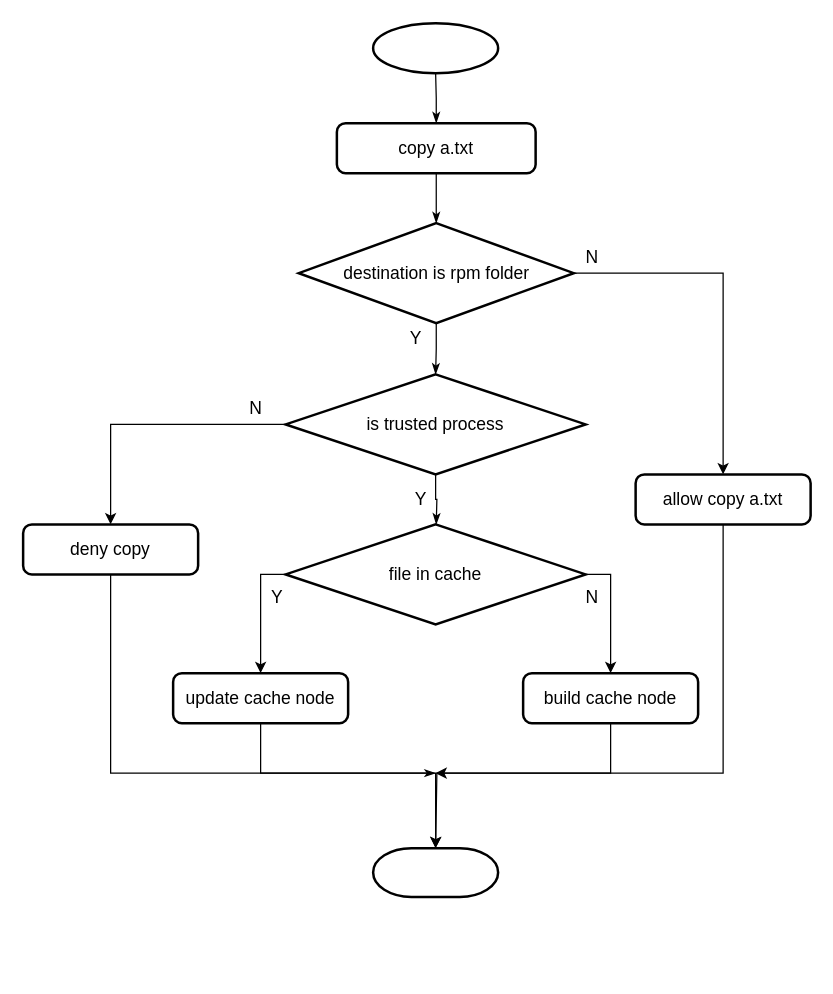
Before: page "Page-7" (7 of 7) of ectr_detail.drawio in linfenwen/draw_io, a draw.io diagram. Source tidied: cells renumbered, new cells numbered last; positions are measured from the earlier drawing's top-left corner, leaving out a move shared by most shapes. Both pictures are drawn from the tidied source at 125%, with x=0, y=0 at pixel (22, 22).
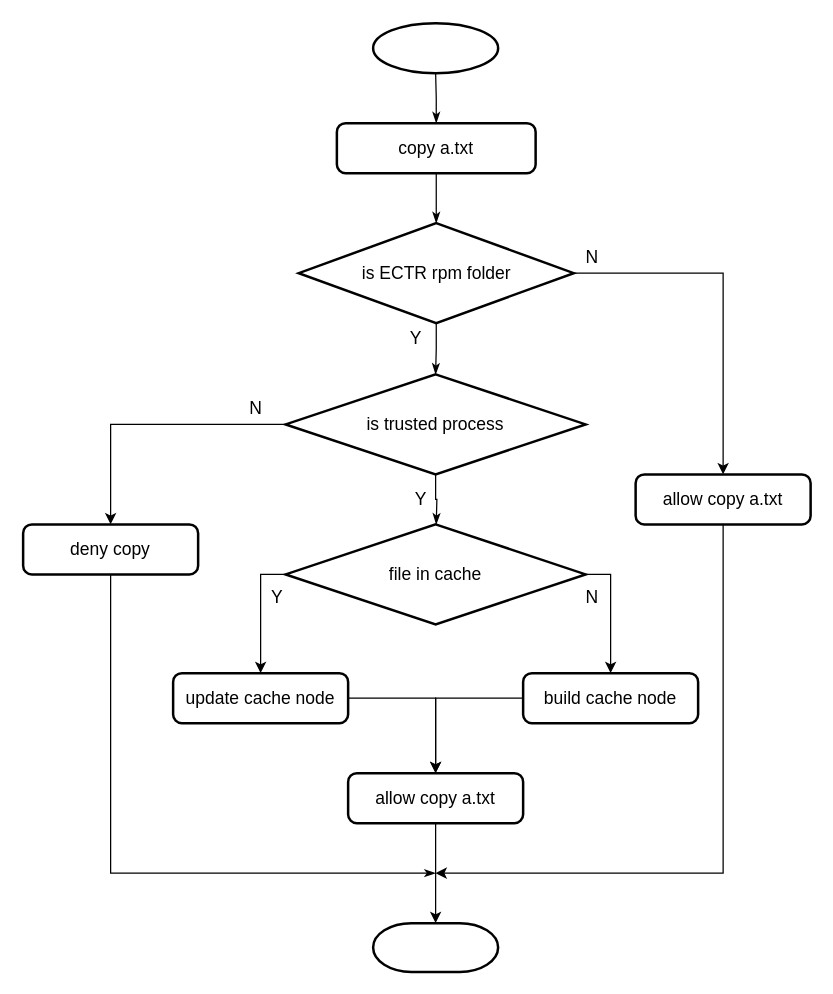
After the change.

The change refers to these unchanged cells:
```xml
<mxCell id="10" value="allow copy a.txt" style="rounded=1;whiteSpace=wrap;html=1;absoluteArcSize=1;arcSize=14;strokeWidth=2;fontSize=14;fillColor=#FFFFFF;" parent="1" vertex="1">
  <mxGeometry x="490" y="361" width="140" height="40" as="geometry" />
</mxCell>
<mxCell id="12" value="deny copy" style="rounded=1;whiteSpace=wrap;html=1;absoluteArcSize=1;arcSize=14;strokeWidth=2;fontSize=14;fillColor=#FFFFFF;" parent="1" vertex="1">
  <mxGeometry y="401" width="140" height="40" as="geometry" />
</mxCell>
<mxCell id="16" value="build cache node" style="rounded=1;whiteSpace=wrap;html=1;absoluteArcSize=1;arcSize=14;strokeWidth=2;fontSize=14;fillColor=#FFFFFF;" parent="1" vertex="1">
  <mxGeometry x="400" y="520" width="140" height="40" as="geometry" />
</mxCell>
<mxCell id="24" value="update cache node" style="rounded=1;whiteSpace=wrap;html=1;absoluteArcSize=1;arcSize=14;strokeWidth=2;fontSize=14;fillColor=#FFFFFF;" parent="1" vertex="1">
  <mxGeometry x="120" y="520" width="140" height="40" as="geometry" />
</mxCell>
```

Diff of the diagram source:
```diff
@@
-    <mxCell id="7" value="destination is rpm folder" style="strokeWidth=2;html=1;shape=mxgraph.flowchart.decision;whiteSpace=wrap;fontSize=14;fillColor=#FFFFFF;" parent="1" vertex="1">
+    <mxCell id="7" value="is ECTR rpm folder" style="strokeWidth=2;html=1;shape=mxgraph.flowchart.decision;whiteSpace=wrap;fontSize=14;fillColor=#FFFFFF;" parent="1" vertex="1">
       <mxGeometry x="220.5" y="160" width="220" height="80" as="geometry" />
     </mxCell>
@@
     <mxCell id="11" style="edgeStyle=orthogonalEdgeStyle;rounded=0;jettySize=auto;html=1;fontSize=14;startArrow=none;startFill=0;endArrow=classicThin;endFill=1;exitX=0.5;exitY=1;exitDx=0;exitDy=0;" parent="1" edge="1" source="12">
       <mxGeometry relative="1" as="geometry">
-        <mxPoint x="330" y="600" as="targetPoint" />
+        <mxPoint x="330" y="680" as="targetPoint" />
         <Array as="points">
-          <mxPoint x="70" y="600" />
-          <mxPoint x="330" y="600" />
+          <mxPoint x="70" y="680" />
         </Array>
       </mxGeometry>
     </mxCell>
@@
     <mxCell id="13" style="strokeWidth=2;html=1;shape=mxgraph.flowchart.terminator;whiteSpace=wrap;fontSize=14;fillColor=#FFFFFF;" parent="1" vertex="1">
-      <mxGeometry x="280" y="660" width="100" height="39" as="geometry" />
+      <mxGeometry x="280" y="720" width="100" height="39" as="geometry" />
     </mxCell>
@@
-    <mxCell id="17" style="endArrow=classic;html=1;rounded=0;fontSize=14;exitX=0.5;exitY=1;exitDx=0;exitDy=0;edgeStyle=orthogonalEdgeStyle;entryX=0.5;entryY=0;entryDx=0;entryDy=0;entryPerimeter=0;" parent="1" edge="1" source="16" target="13">
-      <mxGeometry relative="1" as="geometry">
-        <Array as="points">
-          <mxPoint x="470" y="600" />
-          <mxPoint x="331" y="600" />
-        </Array>
-      </mxGeometry>
-    </mxCell>
@@
     <mxCell id="22" style="endArrow=classic;html=1;rounded=0;fontSize=14;exitX=0.5;exitY=1;exitDx=0;exitDy=0;edgeStyle=orthogonalEdgeStyle;" parent="1" edge="1" source="10">
       <mxGeometry relative="1" as="geometry">
-        <mxPoint x="330" y="600" as="targetPoint" />
+        <mxPoint x="330" y="680" as="targetPoint" />
         <Array as="points">
-          <mxPoint x="560" y="600" />
-          <mxPoint x="330" y="600" />
+          <mxPoint x="560" y="680" />
         </Array>
       </mxGeometry>
     </mxCell>
@@
-    <mxCell id="27" style="endArrow=classic;html=1;rounded=0;fontSize=14;exitX=0.5;exitY=1;exitDx=0;exitDy=0;entryX=0.5;entryY=0;entryDx=0;entryDy=0;entryPerimeter=0;edgeStyle=orthogonalEdgeStyle;" parent="1" edge="1" source="24" target="13">
-      <mxGeometry relative="1" as="geometry">
-        <Array as="points">
-          <mxPoint x="190" y="600" />
-          <mxPoint x="330" y="600" />
-        </Array>
-      </mxGeometry>
-    </mxCell>
@@
+    <mxCell id="30" style="edgeStyle=orthogonalEdgeStyle;rounded=0;jettySize=auto;html=1;" parent="1" edge="1" source="31" target="13">
+      <mxGeometry relative="1" as="geometry" />
+    </mxCell>
+    <mxCell id="31" value="allow copy a.txt" style="rounded=1;whiteSpace=wrap;html=1;absoluteArcSize=1;arcSize=14;strokeWidth=2;fontSize=14;fillColor=#FFFFFF;" parent="1" vertex="1">
+      <mxGeometry x="260" y="600" width="140" height="40" as="geometry" />
+    </mxCell>
+    <mxCell id="32" style="endArrow=classic;html=1;rounded=0;exitX=1;exitY=0.5;exitDx=0;exitDy=0;entryX=0.5;entryY=0;entryDx=0;entryDy=0;edgeStyle=orthogonalEdgeStyle;" parent="1" edge="1" source="24" target="31">
+      <mxGeometry relative="1" as="geometry" />
+    </mxCell>
+    <mxCell id="33" style="endArrow=classic;html=1;rounded=0;exitX=0;exitY=0.5;exitDx=0;exitDy=0;entryX=0.5;entryY=0;entryDx=0;entryDy=0;edgeStyle=orthogonalEdgeStyle;" parent="1" edge="1" source="16" target="31">
+      <mxGeometry relative="1" as="geometry" />
+    </mxCell>
```
